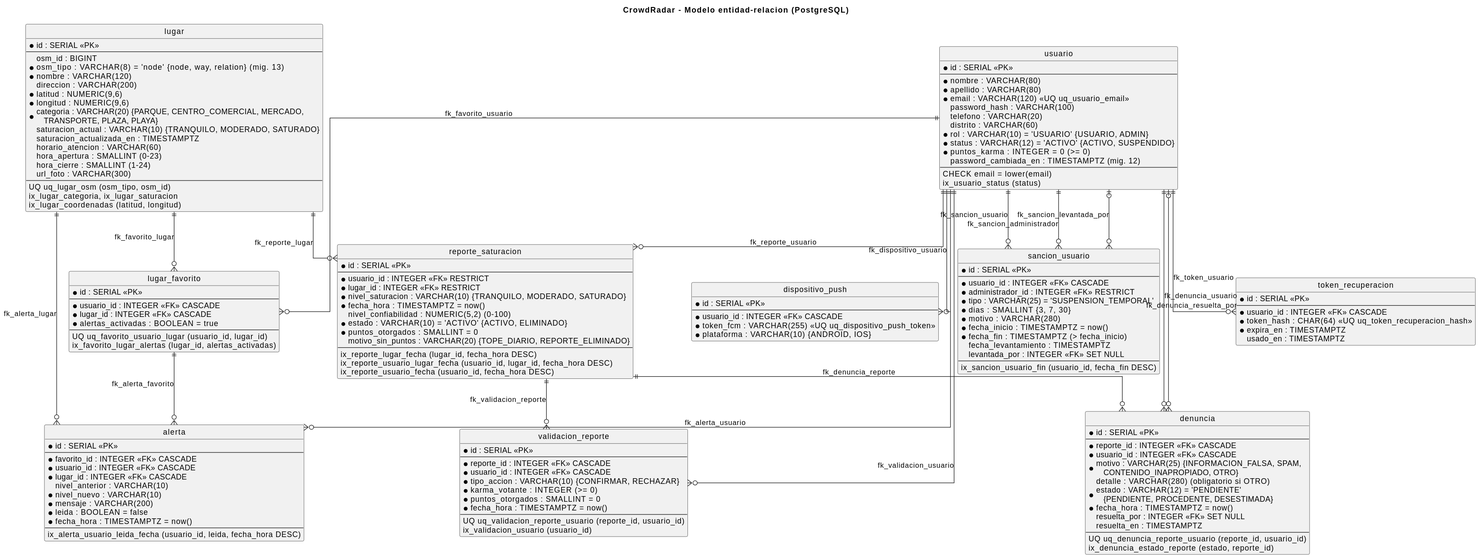
This is docs/diagramas/er.svg from Walturx/CrowdRadar-Backend, a PlantUML export, as it was before one commit.
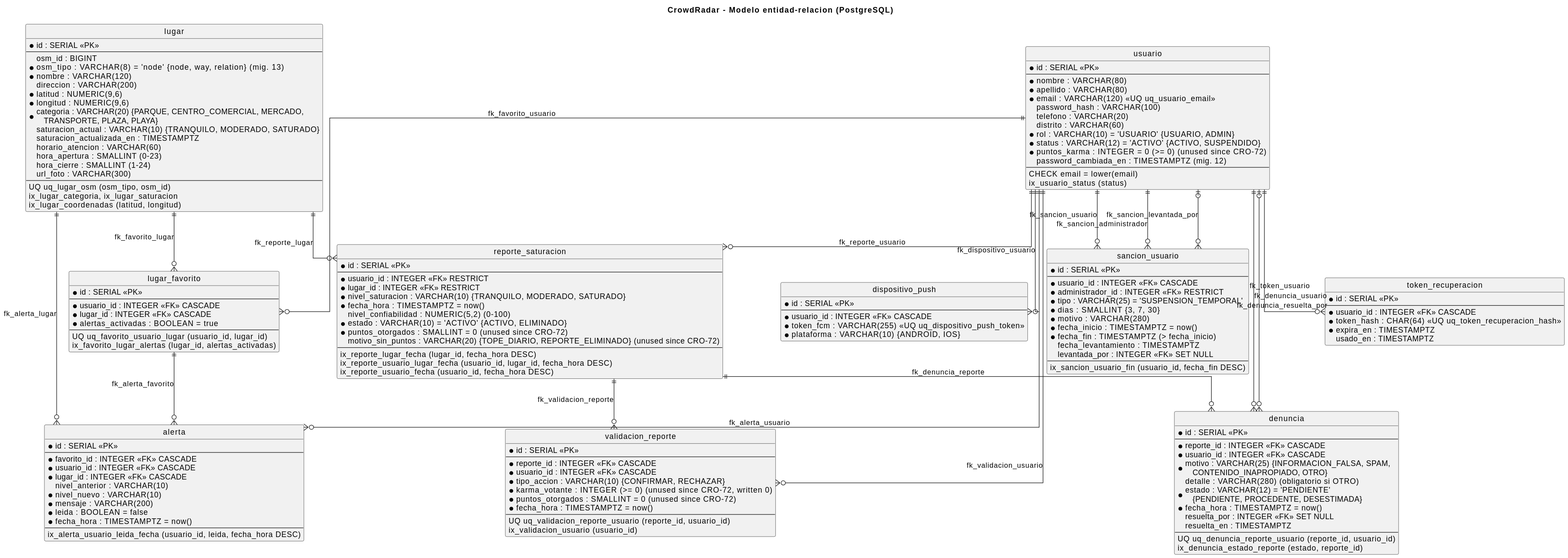
The same file after the commit.

Diff of the diagram source:
```diff
@@ -19,7 +19,7 @@
   distrito : VARCHAR(60)
   * rol : VARCHAR(10) = 'USUARIO' {USUARIO, ADMIN}
   * status : VARCHAR(12) = 'ACTIVO' {ACTIVO, SUSPENDIDO}
-  * puntos_karma : INTEGER = 0 (>= 0)
+  * puntos_karma : INTEGER = 0 (>= 0) (unused since CRO-72)
   password_cambiada_en : TIMESTAMPTZ (mig. 12)
   --
   CHECK email = lower(email)
@@ -57,8 +57,8 @@
   * fecha_hora : TIMESTAMPTZ = now()
   nivel_confiabilidad : NUMERIC(5,2) (0-100)
   * estado : VARCHAR(10) = 'ACTIVO' {ACTIVO, ELIMINADO}
-  * puntos_otorgados : SMALLINT = 0
-  motivo_sin_puntos : VARCHAR(20) {TOPE_DIARIO, REPORTE_ELIMINADO}
+  * puntos_otorgados : SMALLINT = 0 (unused since CRO-72)
+  motivo_sin_puntos : VARCHAR(20) {TOPE_DIARIO, REPORTE_ELIMINADO} (unused since CRO-72)
   --
   ix_reporte_lugar_fecha (lugar_id, fecha_hora DESC)
   ix_reporte_usuario_lugar_fecha (usuario_id, lugar_id, fecha_hora DESC)
@@ -71,8 +71,8 @@
   * reporte_id : INTEGER <<FK>> CASCADE
   * usuario_id : INTEGER <<FK>> CASCADE
   * tipo_accion : VARCHAR(10) {CONFIRMAR, RECHAZAR}
-  * karma_votante : INTEGER (>= 0)
-  * puntos_otorgados : SMALLINT = 0
+  * karma_votante : INTEGER (>= 0) (unused since CRO-72, written 0)
+  * puntos_otorgados : SMALLINT = 0 (unused since CRO-72)
   * fecha_hora : TIMESTAMPTZ = now()
   --
   UQ uq_validacion_reporte_usuario (reporte_id, usuario_id)
```
